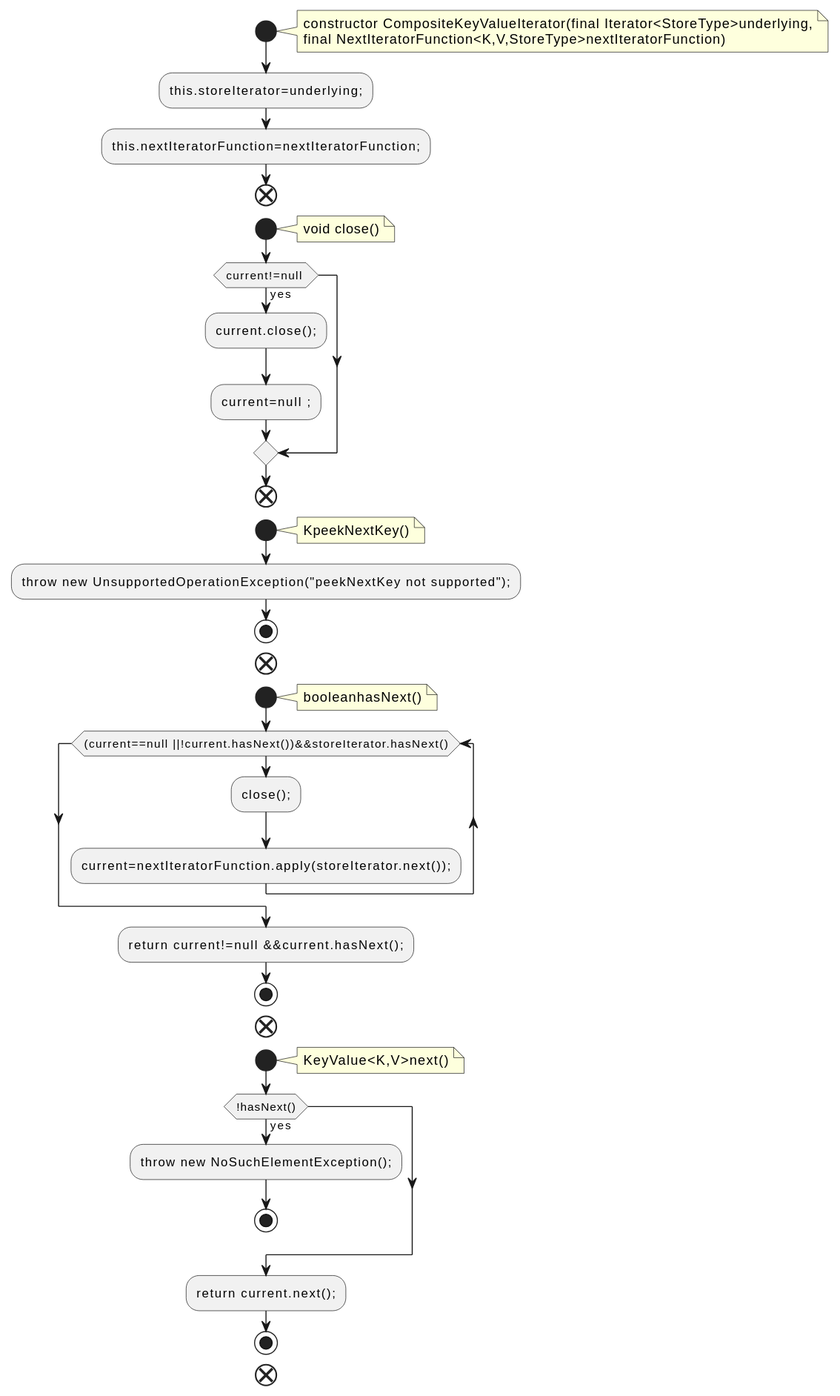
The PlantUML diagram docs/qc/streams/src/main/java/org/apache/kafka/streams/state/internals/CompositeKeyValueIterator.java.fct.svg in qualitesys/kafka, before a commit.
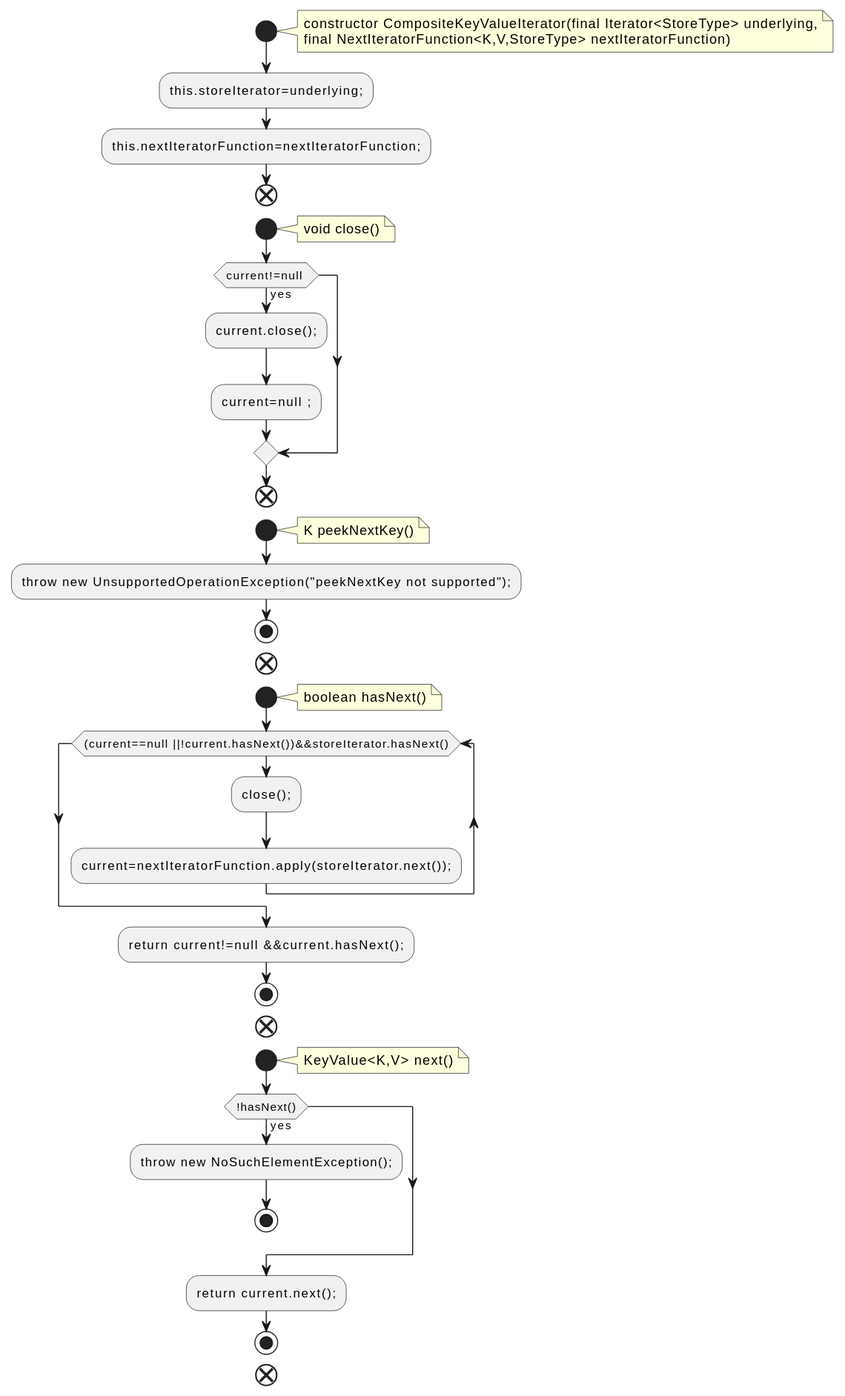
After the change.

The edit, as a diff of the source:
```diff
@@ -2,8 +2,8 @@
 !pragma layout smetana
 start
 note right
-constructor CompositeKeyValueIterator(final Iterator<StoreType>underlying,
-final NextIteratorFunction<K,V,StoreType>nextIteratorFunction)
+constructor CompositeKeyValueIterator(final Iterator<StoreType> underlying,
+final NextIteratorFunction<K,V,StoreType> nextIteratorFunction)
 end note
 :this.storeIterator=underlying;;
 :this.nextIteratorFunction=nextIteratorFunction;;
@@ -19,14 +19,14 @@
 end
 start
 note right
-KpeekNextKey()
+K peekNextKey()
 end note
 :throw new UnsupportedOperationException("peekNextKey not supported");;
 stop
 end
 start
 note right
-booleanhasNext()
+boolean hasNext()
 end note
 while ((current==null ||!current.hasNext())&&storeIterator.hasNext())
 :close();;
@@ -37,7 +37,7 @@
 end
 start
 note right
-KeyValue<K,V>next()
+KeyValue<K,V> next()
 end note
 if (!hasNext()) then (yes)
 :throw new NoSuchElementException();;
```
